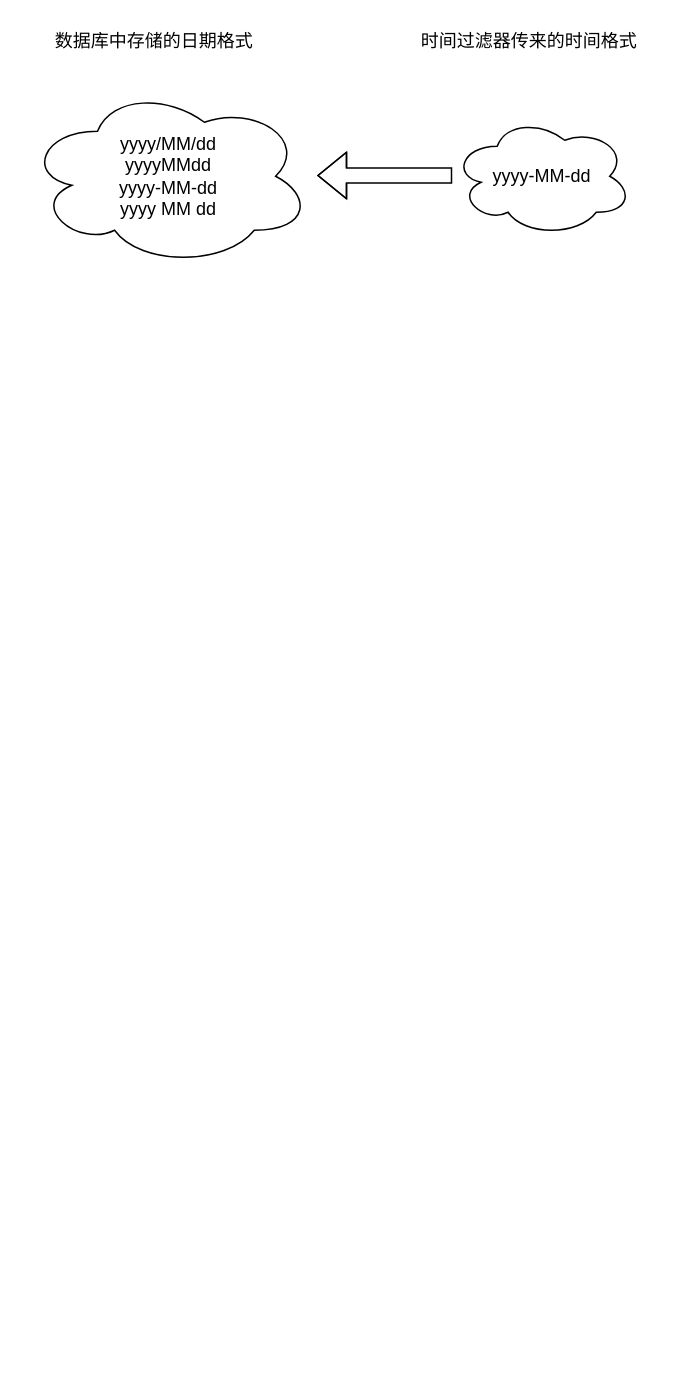
DeH40/tata keeps this draw.io diagram as date_format优化.drawio. Above is the earlier version. Source tidied: cells renumbered, new cells numbered last; positions are measured from the earlier drawing's top-left corner, leaving out a move shared by most shapes. Both pictures are drawn from the tidied source at 150%, with x=0, y=0 at pixel (26, 26).
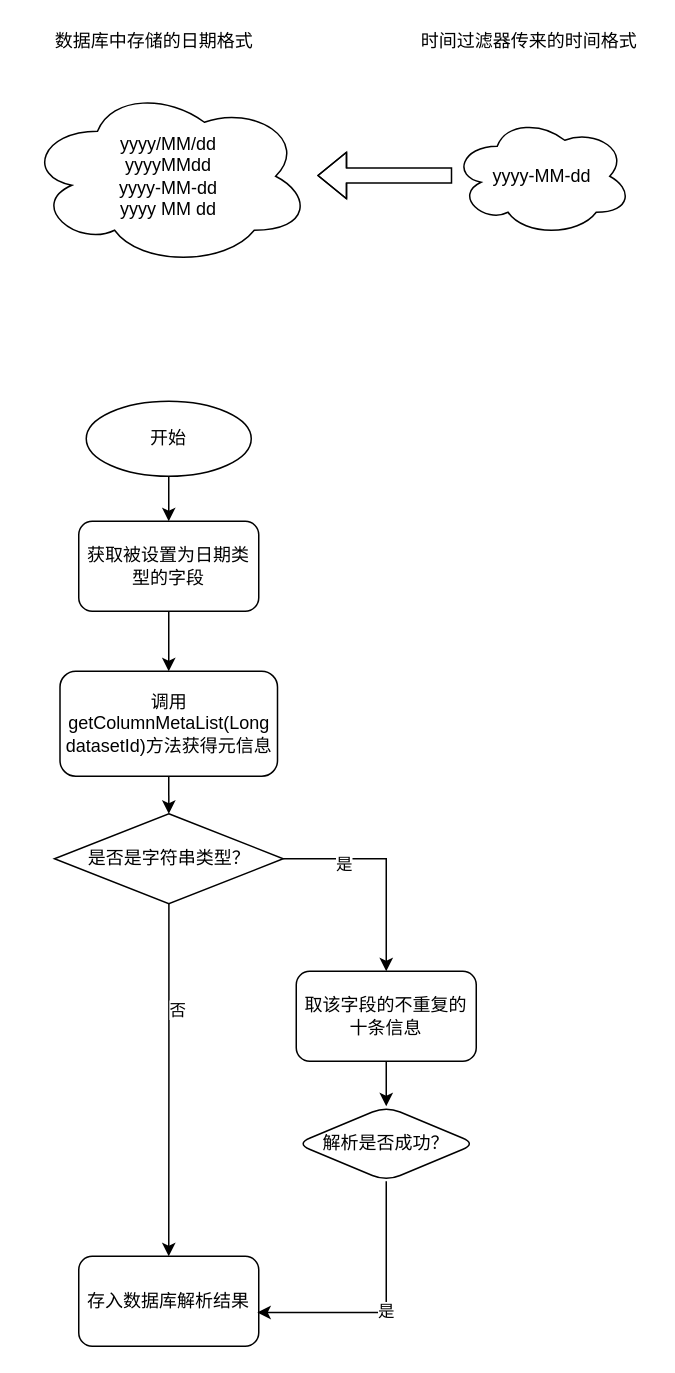
Above is the later version.

Diff of the diagram source:
```diff
@@
+    <mxCell id="7" style="edgeStyle=orthogonalEdgeStyle;rounded=0;jettySize=auto;html=1;exitX=0.5;exitY=1;exitDx=0;exitDy=0;entryX=0.5;entryY=0;entryDx=0;entryDy=0;" parent="1" edge="1" source="8" target="12">
+      <mxGeometry relative="1" as="geometry" />
+    </mxCell>
+    <mxCell id="8" value="开始" style="ellipse;whiteSpace=wrap;html=1;" parent="1" vertex="1">
+      <mxGeometry x="40" y="250" width="110" height="50" as="geometry" />
+    </mxCell>
+    <mxCell id="9" style="edgeStyle=orthogonalEdgeStyle;rounded=0;jettySize=auto;html=1;exitX=0.5;exitY=1;exitDx=0;exitDy=0;entryX=0.5;entryY=0;entryDx=0;entryDy=0;" parent="1" edge="1" source="10" target="17">
+      <mxGeometry relative="1" as="geometry" />
+    </mxCell>
+    <mxCell id="10" value="调用getColumnMetaList(Long datasetId)方法获得元信息" style="rounded=1;whiteSpace=wrap;html=1;" parent="1" vertex="1">
+      <mxGeometry x="22.5" y="430" width="145" height="70" as="geometry" />
+    </mxCell>
+    <mxCell id="11" style="edgeStyle=orthogonalEdgeStyle;rounded=0;jettySize=auto;html=1;exitX=0.5;exitY=1;exitDx=0;exitDy=0;" parent="1" edge="1" source="12" target="10">
+      <mxGeometry relative="1" as="geometry" />
+    </mxCell>
+    <mxCell id="12" value="获取被设置为日期类型的字段" style="rounded=1;whiteSpace=wrap;html=1;" parent="1" vertex="1">
+      <mxGeometry x="35" y="330" width="120" height="60" as="geometry" />
+    </mxCell>
+    <mxCell id="13" style="edgeStyle=orthogonalEdgeStyle;rounded=0;jettySize=auto;html=1;" parent="1" edge="1" source="17" target="19">
+      <mxGeometry relative="1" as="geometry" />
+    </mxCell>
+    <mxCell id="14" value="是" style="edgeLabel;html=1;align=center;verticalAlign=middle;" parent="13" vertex="1">
+      <mxGeometry x="-0.45" y="-3" relative="1" as="geometry" />
+    </mxCell>
+    <mxCell id="15" style="edgeStyle=orthogonalEdgeStyle;rounded=0;jettySize=auto;html=1;" parent="1" edge="1" source="17" target="20">
+      <mxGeometry relative="1" as="geometry" />
+    </mxCell>
+    <mxCell id="16" value="否" style="edgeLabel;html=1;align=center;verticalAlign=middle;" parent="15" vertex="1">
+      <mxGeometry x="-0.4" y="5" relative="1" as="geometry" />
+    </mxCell>
+    <mxCell id="17" value="是否是字符串类型？" style="rhombus;whiteSpace=wrap;html=1;" parent="1" vertex="1">
+      <mxGeometry x="18.8" y="525" width="152.5" height="60" as="geometry" />
+    </mxCell>
+    <mxCell id="18" style="edgeStyle=orthogonalEdgeStyle;rounded=0;jettySize=auto;html=1;" parent="1" edge="1" source="19" target="22">
+      <mxGeometry relative="1" as="geometry" />
+    </mxCell>
+    <mxCell id="19" value="取该字段的不重复的十条信息" style="rounded=1;whiteSpace=wrap;html=1;" parent="1" vertex="1">
+      <mxGeometry x="180" y="630" width="120" height="60" as="geometry" />
+    </mxCell>
+    <mxCell id="20" value="存入数据库解析结果" style="rounded=1;whiteSpace=wrap;html=1;" parent="1" vertex="1">
+      <mxGeometry x="35" y="820" width="120" height="60" as="geometry" />
+    </mxCell>
+    <mxCell id="21" value="是" style="edgeStyle=orthogonalEdgeStyle;rounded=0;jettySize=auto;html=1;entryX=0.992;entryY=0.625;entryDx=0;entryDy=0;entryPerimeter=0;exitX=0.5;exitY=1;exitDx=0;exitDy=0;" parent="1" edge="1" source="22" target="20">
+      <mxGeometry relative="1" as="geometry" />
+    </mxCell>
+    <mxCell id="22" value="解析是否成功？" style="rhombus;whiteSpace=wrap;html=1;rounded=1;" parent="1" vertex="1">
+      <mxGeometry x="180" y="720" width="120" height="50" as="geometry" />
+    </mxCell>
```
